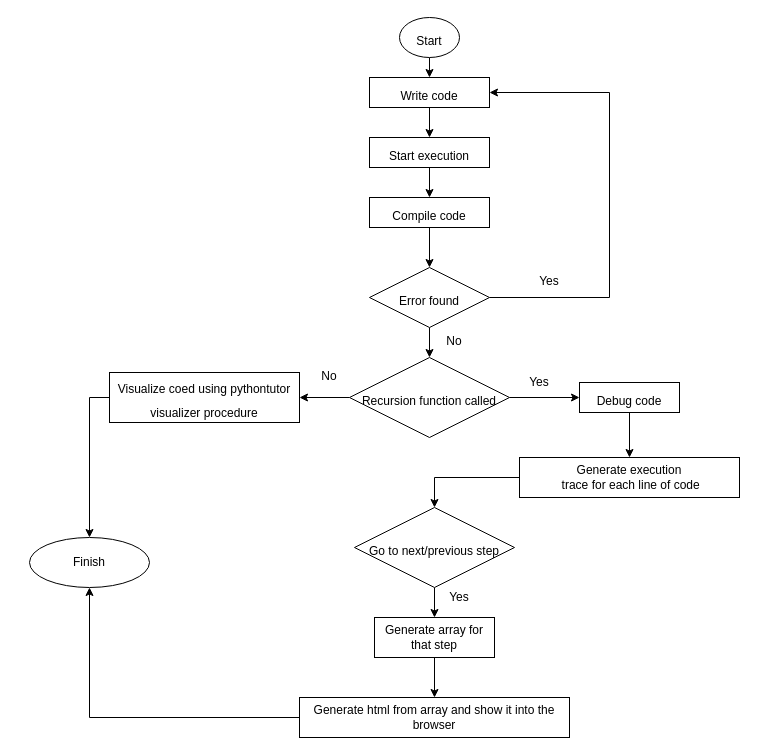
2saad/2saad.github.io keeps this draw.io diagram as Untitled Diagram.drawio. Above is the earlier version. Source tidied: cells renumbered, new cells numbered last; positions are measured from the earlier drawing's top-left corner, leaving out a move shared by most shapes. Both pictures are drawn from the tidied source at 100%, with x=0, y=0 at pixel (29, 17).
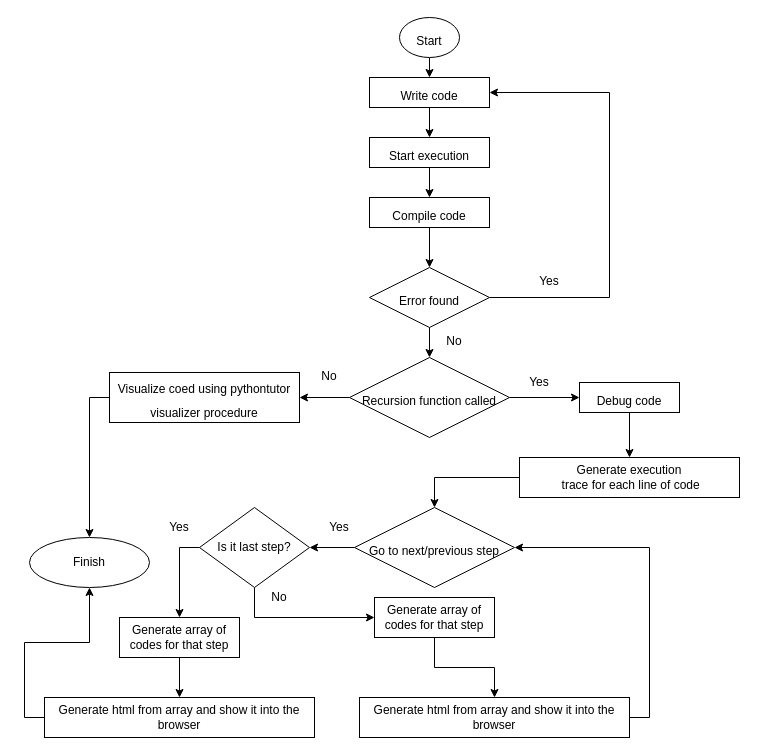
Above is the later version.

The change refers to these unchanged cells:
```xml
<mxCell id="27" value="&lt;font style=&quot;font-size: 12px&quot;&gt;Go to next/previous step&lt;/font&gt;" style="rhombus;whiteSpace=wrap;html=1;fontSize=20;" parent="1" vertex="1">
  <mxGeometry x="325" y="490" width="160" height="80" as="geometry" />
</mxCell>
<mxCell id="33" value="Finish" style="ellipse;whiteSpace=wrap;html=1;fontSize=12;" parent="1" vertex="1">
  <mxGeometry y="520" width="120" height="50" as="geometry" />
</mxCell>
```

The edit, as a diff of the source:
```diff
@@
-    <mxCell id="26" style="edgeStyle=orthogonalEdgeStyle;rounded=0;jettySize=auto;html=1;exitX=0.5;exitY=1;exitDx=0;exitDy=0;entryX=0.5;entryY=0;entryDx=0;entryDy=0;fontSize=12;" parent="1" edge="1" source="27" target="29">
-      <mxGeometry relative="1" as="geometry" />
-    </mxCell>
+    <mxCell id="34" style="edgeStyle=orthogonalEdgeStyle;rounded=0;jettySize=auto;html=1;exitX=0;exitY=0.5;exitDx=0;exitDy=0;entryX=1;entryY=0.5;entryDx=0;entryDy=0;" parent="1" edge="1" source="27" target="38">
+      <mxGeometry relative="1" as="geometry" />
+    </mxCell>
@@
-    <mxCell id="29" value="Generate array for that step" style="rounded=0;whiteSpace=wrap;html=1;fontSize=12;" parent="1" vertex="1">
-      <mxGeometry x="345" y="600" width="120" height="40" as="geometry" />
+    <mxCell id="29" value="Generate array of codes for that step" style="rounded=0;whiteSpace=wrap;html=1;fontSize=12;" parent="1" vertex="1">
+      <mxGeometry x="345" y="580" width="120" height="40" as="geometry" />
     </mxCell>
-    <mxCell id="30" value="Yes" style="text;html=1;strokeColor=none;fillColor=none;align=center;verticalAlign=middle;whiteSpace=wrap;rounded=0;fontSize=12;" parent="1" vertex="1">
-      <mxGeometry x="410" y="570" width="40" height="20" as="geometry" />
-    </mxCell>
-    <mxCell id="31" style="edgeStyle=orthogonalEdgeStyle;rounded=0;jettySize=auto;html=1;exitX=0;exitY=0.5;exitDx=0;exitDy=0;entryX=0.5;entryY=1;entryDx=0;entryDy=0;fontSize=12;" parent="1" edge="1" source="32" target="33">
-      <mxGeometry relative="1" as="geometry" />
-    </mxCell>
+    <mxCell id="35" style="edgeStyle=orthogonalEdgeStyle;rounded=0;jettySize=auto;html=1;exitX=1;exitY=0.5;exitDx=0;exitDy=0;entryX=1;entryY=0.5;entryDx=0;entryDy=0;" parent="1" edge="1" source="32" target="27">
+      <mxGeometry relative="1" as="geometry">
+        <Array as="points">
+          <mxPoint x="620" y="700" />
+          <mxPoint x="620" y="530" />
+        </Array>
+      </mxGeometry>
+    </mxCell>
     <mxCell id="32" value="Generate html from array and show it into the browser" style="rounded=0;whiteSpace=wrap;html=1;fontSize=12;" parent="1" vertex="1">
-      <mxGeometry x="270" y="680" width="270" height="40" as="geometry" />
+      <mxGeometry x="330" y="680" width="270" height="40" as="geometry" />
     </mxCell>
@@
+    <mxCell id="36" style="edgeStyle=orthogonalEdgeStyle;rounded=0;jettySize=auto;html=1;exitX=0.5;exitY=1;exitDx=0;exitDy=0;entryX=0;entryY=0.5;entryDx=0;entryDy=0;" parent="1" edge="1" source="38" target="29">
+      <mxGeometry relative="1" as="geometry" />
+    </mxCell>
+    <mxCell id="37" style="edgeStyle=orthogonalEdgeStyle;rounded=0;jettySize=auto;html=1;exitX=0;exitY=0.5;exitDx=0;exitDy=0;" parent="1" edge="1" source="38" target="43">
+      <mxGeometry relative="1" as="geometry" />
+    </mxCell>
+    <mxCell id="38" value="Is it last step?" style="rhombus;whiteSpace=wrap;html=1;" parent="1" vertex="1">
+      <mxGeometry x="170" y="490" width="110" height="80" as="geometry" />
+    </mxCell>
+    <mxCell id="39" value="Yes" style="text;html=1;strokeColor=none;fillColor=none;align=center;verticalAlign=middle;whiteSpace=wrap;rounded=0;" parent="1" vertex="1">
+      <mxGeometry x="130" y="500" width="40" height="20" as="geometry" />
+    </mxCell>
+    <mxCell id="40" value="No" style="text;html=1;strokeColor=none;fillColor=none;align=center;verticalAlign=middle;whiteSpace=wrap;rounded=0;" parent="1" vertex="1">
+      <mxGeometry x="230" y="570" width="40" height="20" as="geometry" />
+    </mxCell>
+    <mxCell id="41" value="Yes" style="text;html=1;strokeColor=none;fillColor=none;align=center;verticalAlign=middle;whiteSpace=wrap;rounded=0;" parent="1" vertex="1">
+      <mxGeometry x="290" y="500" width="40" height="20" as="geometry" />
+    </mxCell>
+    <mxCell id="42" style="edgeStyle=orthogonalEdgeStyle;rounded=0;jettySize=auto;html=1;exitX=0.5;exitY=1;exitDx=0;exitDy=0;entryX=0.5;entryY=0;entryDx=0;entryDy=0;" parent="1" edge="1" source="43" target="45">
+      <mxGeometry relative="1" as="geometry" />
+    </mxCell>
+    <mxCell id="43" value="Generate array of codes for that step" style="rounded=0;whiteSpace=wrap;html=1;fontSize=12;" parent="1" vertex="1">
+      <mxGeometry x="90" y="600" width="120" height="40" as="geometry" />
+    </mxCell>
+    <mxCell id="44" style="edgeStyle=orthogonalEdgeStyle;rounded=0;jettySize=auto;html=1;exitX=0;exitY=0.5;exitDx=0;exitDy=0;" parent="1" edge="1" source="45" target="33">
+      <mxGeometry relative="1" as="geometry" />
+    </mxCell>
+    <mxCell id="45" value="Generate html from array and show it into the browser" style="rounded=0;whiteSpace=wrap;html=1;fontSize=12;" parent="1" vertex="1">
+      <mxGeometry x="15" y="680" width="270" height="40" as="geometry" />
+    </mxCell>
```
